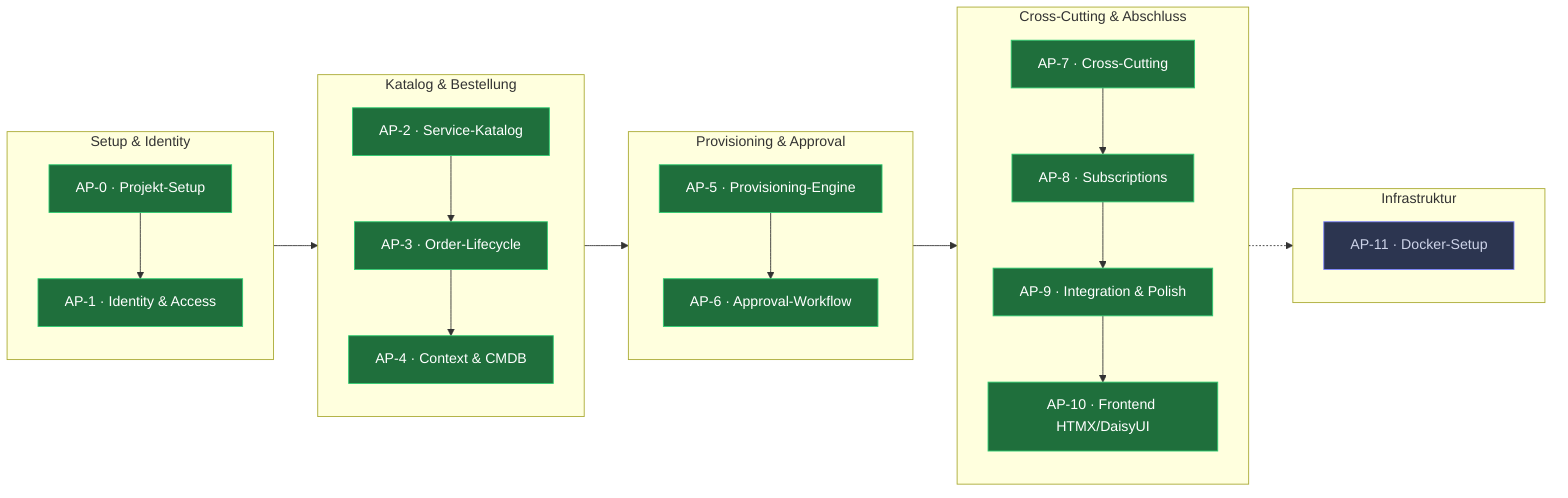
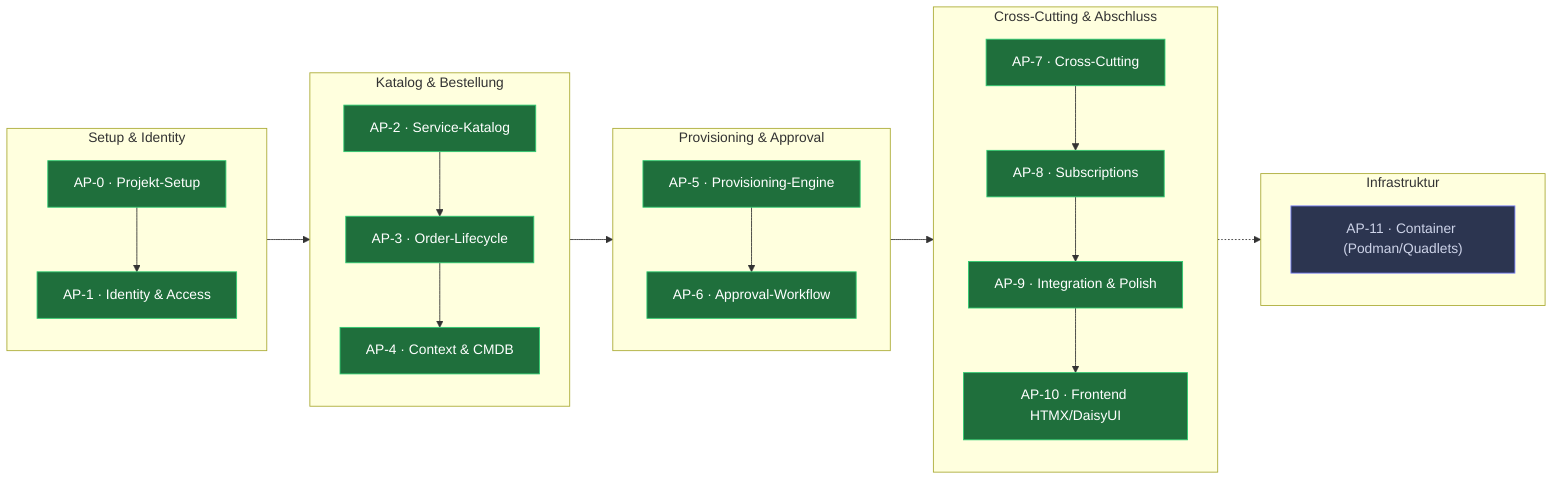
flowchart LR
    classDef done fill:#1f6f3c,stroke:#2ecc71,color:#ffffff;
    classDef wip  fill:#7a5c00,stroke:#f1c40f,color:#ffffff;
    classDef plan fill:#2c3550,stroke:#7c83ff,color:#cdd3e8;

    subgraph SETUP["Setup & Identity"]
        direction TB
        AP0["AP-0 · Projekt-Setup"]:::done
        AP1["AP-1 · Identity & Access"]:::done
    end
    subgraph CORE["Katalog & Bestellung"]
        direction TB
        AP2["AP-2 · Service-Katalog"]:::done
        AP3["AP-3 · Order-Lifecycle"]:::done
        AP4["AP-4 · Context & CMDB"]:::done
    end
    subgraph FLOW["Provisioning & Approval"]
        direction TB
        AP5["AP-5 · Provisioning-Engine"]:::done
        AP6["AP-6 · Approval-Workflow"]:::done
    end
    subgraph CROSS["Cross-Cutting & Abschluss"]
        direction TB
        AP7["AP-7 · Cross-Cutting"]:::done
        AP8["AP-8 · Subscriptions"]:::done
        AP9["AP-9 · Integration & Polish"]:::done
        AP10["AP-10 · Frontend HTMX/DaisyUI"]:::done
    end
    subgraph INFRA["Infrastruktur"]
        direction TB
-         AP11["AP-11 · Docker-Setup"]:::plan
+         AP11["AP-11 · Container (Podman/Quadlets)"]:::plan
    end

    AP0 --> AP1 --> AP2 --> AP3 --> AP4
    AP4 --> AP5 --> AP6
    AP6 --> AP7 --> AP8 --> AP9 --> AP10
    AP9 -.-> AP11
